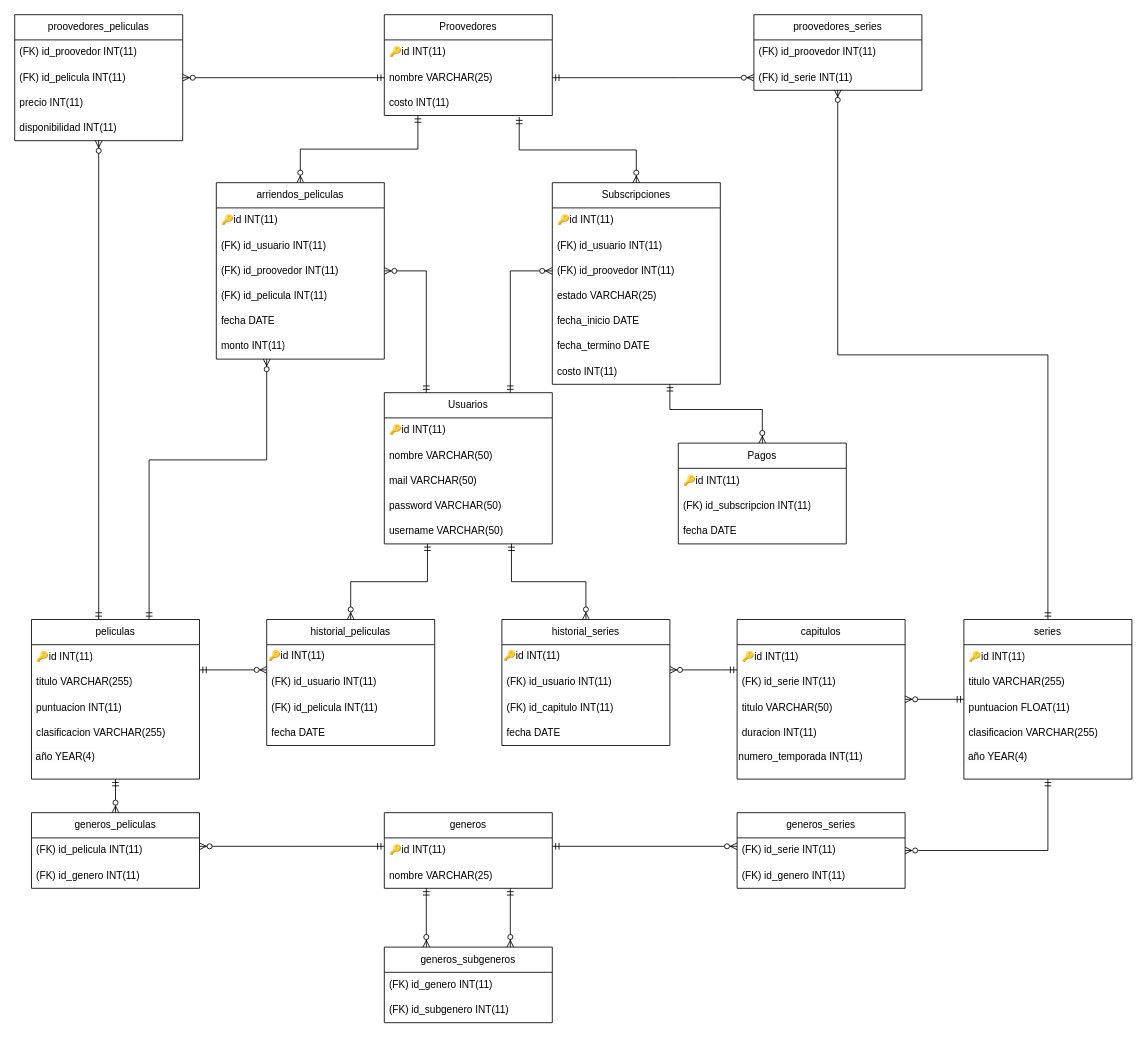
The draw.io diagram Esquemas/modifcables/EsquemaRelacionalFinal.drawio in benjahuenchunir/Entrega-2-BDD, before the edit. Source tidied: cells renumbered, new cells numbered last; positions are measured from the earlier drawing's top-left corner, leaving out a move shared by most shapes. Both pictures are drawn from the tidied source at 84%, with x=0, y=0 at pixel (14, 14).
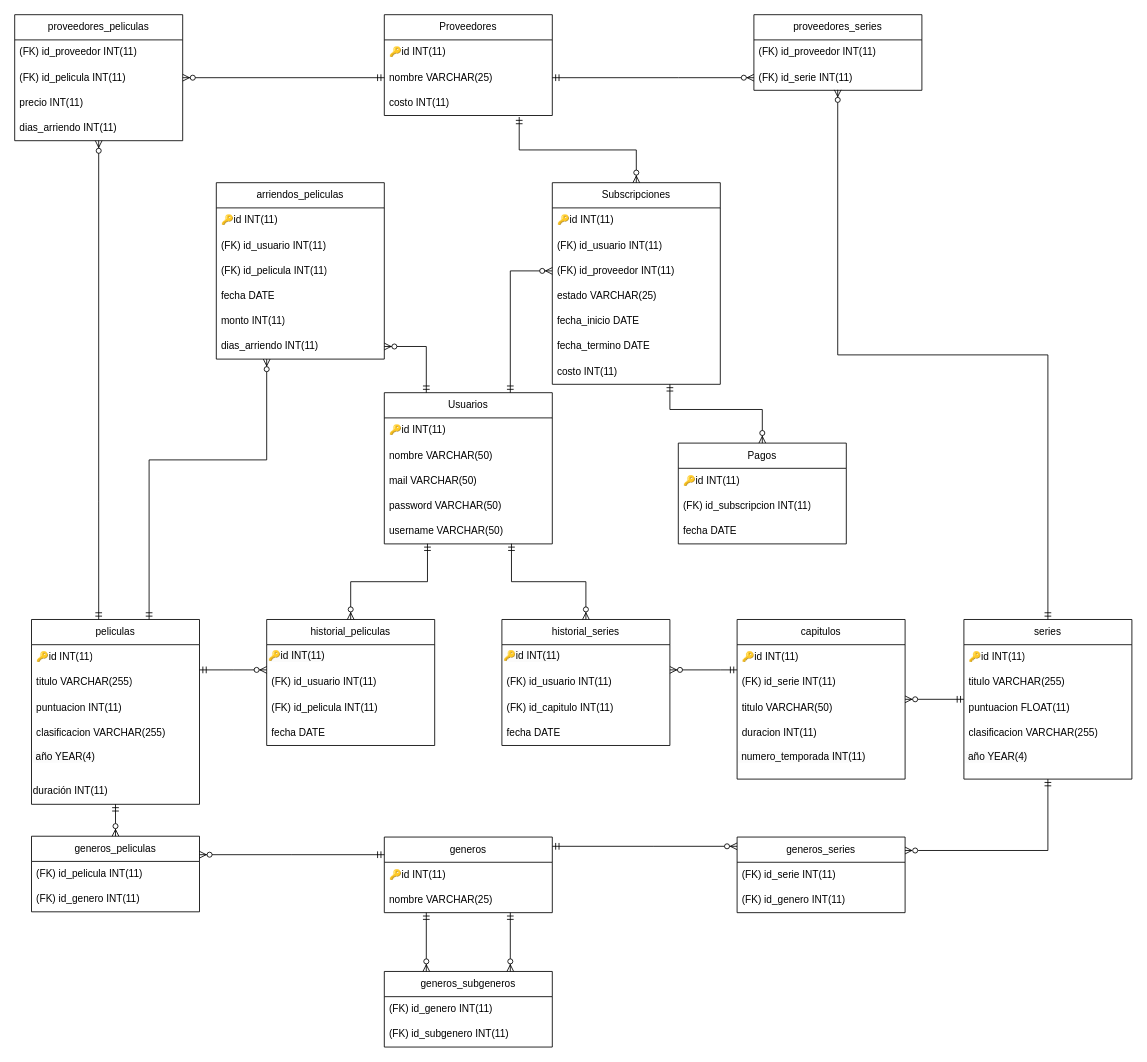
The same diagram, later.

Commit message (it also covers changes not shown here):
Esquemas finales

Unchanged cells that the change refers to:
```xml
<mxCell id="9" value="arriendos_peliculas" style="swimlane;fontStyle=0;horizontal=1;startSize=30;whiteSpace=wrap;html=1;" parent="1" vertex="1">
  <mxGeometry x="240" y="200" width="200" height="210" as="geometry" />
</mxCell>
<mxCell id="16" value="Subscripciones" style="swimlane;fontStyle=0;horizontal=1;startSize=30;whiteSpace=wrap;html=1;" parent="1" vertex="1">
  <mxGeometry x="640" y="200" width="200" height="240" as="geometry" />
</mxCell>
<mxCell id="80" value="series" style="swimlane;fontStyle=0;horizontal=1;startSize=30;whiteSpace=wrap;html=1;" parent="1" vertex="1">
  <mxGeometry x="1130" y="720" width="200" height="190" as="geometry" />
</mxCell>
<mxCell id="87" value="capitulos" style="swimlane;fontStyle=0;horizontal=1;startSize=30;whiteSpace=wrap;html=1;" parent="1" vertex="1">
  <mxGeometry x="860" y="720" width="200" height="190" as="geometry" />
</mxCell>
<mxCell id="95" value="(FK)&amp;nbsp;id_serie INT(11)" style="text;strokeColor=none;fillColor=none;align=left;verticalAlign=middle;spacingLeft=4;spacingRight=4;overflow=hidden;points=[[0,0.5],[1,0.5]];portConstraint=eastwest;whiteSpace=wrap;html=1;" parent="94" vertex="1">
  <mxGeometry y="30" width="200" height="30" as="geometry" />
</mxCell>
```

Diff of the diagram source:
```diff
@@
-    <mxCell id="2" style="edgeStyle=orthogonalEdgeStyle;fontSize=12;html=1;endArrow=ERzeroToMany;startArrow=ERmandOne;rounded=0;entryX=0.5;entryY=0;entryDx=0;entryDy=0;" parent="1" edge="1" source="28" target="9">
-      <mxGeometry relative="1" as="geometry">
-        <Array as="points">
-          <mxPoint x="480" y="160" />
-          <mxPoint x="340" y="160" />
-        </Array>
-      </mxGeometry>
-    </mxCell>
@@
-    <mxCell id="12" value="(FK)&amp;nbsp;id_proovedor INT(11)" style="text;strokeColor=none;fillColor=none;align=left;verticalAlign=middle;spacingLeft=4;spacingRight=4;overflow=hidden;points=[[0,0.5],[1,0.5]];portConstraint=eastwest;whiteSpace=wrap;html=1;" parent="9" vertex="1">
-      <mxGeometry y="90" width="200" height="30" as="geometry" />
-    </mxCell>
     <mxCell id="13" value="(FK)&amp;nbsp;id_pelicula INT(11)" style="text;strokeColor=none;fillColor=none;align=left;verticalAlign=middle;spacingLeft=4;spacingRight=4;overflow=hidden;whiteSpace=wrap;html=1;" parent="9" vertex="1">
-      <mxGeometry y="120" width="200" height="30" as="geometry" />
+      <mxGeometry y="90" width="200" height="30" as="geometry" />
     </mxCell>
     <mxCell id="14" value="fecha DATE" style="text;strokeColor=none;fillColor=none;align=left;verticalAlign=middle;spacingLeft=4;spacingRight=4;overflow=hidden;whiteSpace=wrap;html=1;" parent="9" vertex="1">
-      <mxGeometry y="150" width="200" height="30" as="geometry" />
+      <mxGeometry y="120" width="200" height="30" as="geometry" />
     </mxCell>
     <mxCell id="15" value="monto INT(11)" style="text;strokeColor=none;fillColor=none;align=left;verticalAlign=middle;spacingLeft=4;spacingRight=4;overflow=hidden;whiteSpace=wrap;html=1;" parent="9" vertex="1">
-      <mxGeometry y="180" width="200" height="30" as="geometry" />
+      <mxGeometry y="150" width="200" height="30" as="geometry" />
     </mxCell>
+    <mxCell id="12" value="dias_arriendo INT(11)" style="text;strokeColor=none;fillColor=none;align=left;verticalAlign=middle;spacingLeft=4;spacingRight=4;overflow=hidden;points=[[0,0.5],[1,0.5]];portConstraint=eastwest;whiteSpace=wrap;html=1;" parent="9" vertex="1">
+      <mxGeometry y="180" width="200" height="30" as="geometry" />
+    </mxCell>
@@
-    <mxCell id="19" value="(FK)&amp;nbsp;id_proovedor INT(11)" style="text;strokeColor=none;fillColor=none;align=left;verticalAlign=middle;spacingLeft=4;spacingRight=4;overflow=hidden;points=[[0,0.5],[1,0.5]];portConstraint=eastwest;whiteSpace=wrap;html=1;" parent="16" vertex="1">
+    <mxCell id="19" value="(FK)&amp;nbsp;id_proveedor INT(11)" style="text;strokeColor=none;fillColor=none;align=left;verticalAlign=middle;spacingLeft=4;spacingRight=4;overflow=hidden;points=[[0,0.5],[1,0.5]];portConstraint=eastwest;whiteSpace=wrap;html=1;" parent="16" vertex="1">
       <mxGeometry y="90" width="200" height="30" as="geometry" />
     </mxCell>
@@
-    <mxCell id="28" value="Proovedores" style="swimlane;fontStyle=0;horizontal=1;startSize=30;whiteSpace=wrap;html=1;" parent="1" vertex="1">
+    <mxCell id="28" value="Proveedores" style="swimlane;fontStyle=0;horizontal=1;startSize=30;whiteSpace=wrap;html=1;" parent="1" vertex="1">
       <mxGeometry x="440" width="200" height="120" as="geometry" />
     </mxCell>
@@
-    <mxCell id="49" value="proovedores_peliculas" style="swimlane;fontStyle=0;horizontal=1;startSize=30;whiteSpace=wrap;html=1;" parent="1" vertex="1">
+    <mxCell id="49" value="proveedores_peliculas" style="swimlane;fontStyle=0;horizontal=1;startSize=30;whiteSpace=wrap;html=1;" parent="1" vertex="1">
       <mxGeometry width="200" height="150" as="geometry" />
     </mxCell>
-    <mxCell id="50" value="(FK) id_proovedor INT(11)" style="text;strokeColor=none;fillColor=none;align=left;verticalAlign=middle;spacingLeft=4;spacingRight=4;overflow=hidden;whiteSpace=wrap;html=1;" parent="49" vertex="1">
+    <mxCell id="50" value="(FK) id_proveedor INT(11)" style="text;strokeColor=none;fillColor=none;align=left;verticalAlign=middle;spacingLeft=4;spacingRight=4;overflow=hidden;whiteSpace=wrap;html=1;" parent="49" vertex="1">
       <mxGeometry y="30" width="200" height="30" as="geometry" />
     </mxCell>
@@
-    <mxCell id="53" value="disponibilidad INT(11)" style="text;strokeColor=none;fillColor=none;align=left;verticalAlign=middle;spacingLeft=4;spacingRight=4;overflow=hidden;whiteSpace=wrap;html=1;" parent="49" vertex="1">
+    <mxCell id="53" value="dias_arriendo INT(11)" style="text;strokeColor=none;fillColor=none;align=left;verticalAlign=middle;spacingLeft=4;spacingRight=4;overflow=hidden;whiteSpace=wrap;html=1;" parent="49" vertex="1">
       <mxGeometry y="120" width="200" height="30" as="geometry" />
     </mxCell>
     <mxCell id="54" value="peliculas" style="swimlane;fontStyle=0;horizontal=1;startSize=30;whiteSpace=wrap;html=1;" parent="1" vertex="1">
-      <mxGeometry x="20" y="720" width="200" height="190" as="geometry" />
+      <mxGeometry x="20" y="720" width="200" height="220" as="geometry" />
     </mxCell>
@@
+    <mxCell id="100" value="&lt;span style=&quot;color: rgb(0, 0, 0); font-family: Helvetica; font-size: 12px; font-style: normal; font-variant-ligatures: normal; font-variant-caps: normal; font-weight: 400; letter-spacing: normal; orphans: 2; text-align: left; text-indent: 0px; text-transform: none; widows: 2; word-spacing: 0px; -webkit-text-stroke-width: 0px; background-color: rgb(251, 251, 251); text-decoration-thickness: initial; text-decoration-style: initial; text-decoration-color: initial; float: none; display: inline !important;&quot;&gt;&amp;nbsp;año YEAR(4)&lt;/span&gt;" style="text;whiteSpace=wrap;html=1;" parent="54" vertex="1">
+      <mxGeometry y="150" width="200" height="40" as="geometry" />
+    </mxCell>
-    <mxCell id="59" value="&lt;span style=&quot;color: rgb(0, 0, 0); font-family: Helvetica; font-size: 12px; font-style: normal; font-variant-ligatures: normal; font-variant-caps: normal; font-weight: 400; letter-spacing: normal; orphans: 2; text-align: left; text-indent: 0px; text-transform: none; widows: 2; word-spacing: 0px; -webkit-text-stroke-width: 0px; background-color: rgb(251, 251, 251); text-decoration-thickness: initial; text-decoration-style: initial; text-decoration-color: initial; float: none; display: inline !important;&quot;&gt;&amp;nbsp;año YEAR(4)&lt;/span&gt;" style="text;whiteSpace=wrap;html=1;" parent="54" vertex="1">
-      <mxGeometry y="150" width="200" height="40" as="geometry" />
+    <mxCell id="59" value="duración INT(11)" style="text;whiteSpace=wrap;html=1;" parent="54" vertex="1">
+      <mxGeometry y="190" width="200" height="30" as="geometry" />
     </mxCell>
@@
     <mxCell id="63" value="generos_peliculas" style="swimlane;fontStyle=0;horizontal=1;startSize=30;whiteSpace=wrap;html=1;" parent="1" vertex="1">
-      <mxGeometry x="20" y="950" width="200" height="90" as="geometry" />
+      <mxGeometry x="20" y="978" width="200" height="90" as="geometry" />
     </mxCell>
@@
     <mxCell id="67" value="generos" style="swimlane;fontStyle=0;horizontal=1;startSize=30;whiteSpace=wrap;html=1;" parent="1" vertex="1">
-      <mxGeometry x="440" y="950" width="200" height="90" as="geometry" />
+      <mxGeometry x="440" y="979" width="200" height="90" as="geometry" />
     </mxCell>
@@
     <mxCell id="70" style="edgeStyle=orthogonalEdgeStyle;fontSize=12;html=1;endArrow=ERzeroToMany;startArrow=ERmandOne;rounded=0;" parent="1" edge="1" source="67" target="63">
       <mxGeometry relative="1" as="geometry">
         <Array as="points">
-          <mxPoint x="330" y="990" />
-          <mxPoint x="330" y="990" />
+          <mxPoint x="330" y="1000" />
+          <mxPoint x="330" y="1000" />
         </Array>
       </mxGeometry>
     </mxCell>
     <mxCell id="71" value="generos_subgeneros" style="swimlane;fontStyle=0;horizontal=1;startSize=30;whiteSpace=wrap;html=1;" parent="1" vertex="1">
-      <mxGeometry x="440" y="1110" width="200" height="90" as="geometry" />
+      <mxGeometry x="440" y="1139" width="200" height="90" as="geometry" />
     </mxCell>
@@
     <mxCell id="74" style="fontSize=12;html=1;endArrow=ERzeroToMany;startArrow=ERmandOne;rounded=0;entryX=0.25;entryY=0;entryDx=0;entryDy=0;edgeStyle=orthogonalEdgeStyle;" parent="1" edge="1" source="67" target="71">
       <mxGeometry relative="1" as="geometry">
         <Array as="points">
-          <mxPoint x="490" y="1050" />
-          <mxPoint x="490" y="1050" />
+          <mxPoint x="490" y="1079" />
+          <mxPoint x="490" y="1079" />
         </Array>
       </mxGeometry>
     </mxCell>
     <mxCell id="75" style="fontSize=12;html=1;endArrow=ERzeroToMany;startArrow=ERmandOne;rounded=0;entryX=0.75;entryY=0;entryDx=0;entryDy=0;edgeStyle=orthogonalEdgeStyle;" parent="1" edge="1" source="67" target="71">
       <mxGeometry relative="1" as="geometry">
         <Array as="points">
-          <mxPoint x="590" y="1050" />
-          <mxPoint x="590" y="1050" />
+          <mxPoint x="590" y="1079" />
+          <mxPoint x="590" y="1079" />
         </Array>
       </mxGeometry>
     </mxCell>
-    <mxCell id="76" value="proovedores_series&lt;br&gt;" style="swimlane;fontStyle=0;horizontal=1;startSize=30;whiteSpace=wrap;html=1;" parent="1" vertex="1">
+    <mxCell id="76" value="proveedores_series" style="swimlane;fontStyle=0;horizontal=1;startSize=30;whiteSpace=wrap;html=1;" parent="1" vertex="1">
       <mxGeometry x="880" width="200" height="90" as="geometry" />
     </mxCell>
-    <mxCell id="77" value="(FK)&amp;nbsp;id_proovedor INT(11)" style="text;strokeColor=none;fillColor=none;align=left;verticalAlign=middle;spacingLeft=4;spacingRight=4;overflow=hidden;whiteSpace=wrap;html=1;" parent="76" vertex="1">
+    <mxCell id="77" value="(FK)&amp;nbsp;id_proveedor INT(11)" style="text;strokeColor=none;fillColor=none;align=left;verticalAlign=middle;spacingLeft=4;spacingRight=4;overflow=hidden;whiteSpace=wrap;html=1;" parent="76" vertex="1">
       <mxGeometry y="30" width="200" height="30" as="geometry" />
     </mxCell>
@@
-    <mxCell id="92" value="&lt;span style=&quot;color: rgb(0, 0, 0); font-family: Helvetica; font-size: 12px; font-style: normal; font-variant-ligatures: normal; font-variant-caps: normal; font-weight: 400; letter-spacing: normal; orphans: 2; text-align: left; text-indent: 0px; text-transform: none; widows: 2; word-spacing: 0px; -webkit-text-stroke-width: 0px; background-color: rgb(251, 251, 251); text-decoration-thickness: initial; text-decoration-style: initial; text-decoration-color: initial; float: none; display: inline !important;&quot;&gt;numero_temporada INT(11)&lt;/span&gt;" style="text;whiteSpace=wrap;html=1;" parent="87" vertex="1">
+    <mxCell id="92" value="&lt;span style=&quot;color: rgb(0, 0, 0); font-family: Helvetica; font-size: 12px; font-style: normal; font-variant-ligatures: normal; font-variant-caps: normal; font-weight: 400; letter-spacing: normal; orphans: 2; text-align: left; text-indent: 0px; text-transform: none; widows: 2; word-spacing: 0px; -webkit-text-stroke-width: 0px; background-color: rgb(251, 251, 251); text-decoration-thickness: initial; text-decoration-style: initial; text-decoration-color: initial; float: none; display: inline !important;&quot;&gt;&amp;nbsp;numero_temporada INT(11)&lt;/span&gt;" style="text;whiteSpace=wrap;html=1;" parent="87" vertex="1">
       <mxGeometry y="150" width="200" height="40" as="geometry" />
     </mxCell>
@@
     <mxCell id="94" value="generos_series" style="swimlane;fontStyle=0;horizontal=1;startSize=30;whiteSpace=wrap;html=1;" parent="1" vertex="1">
-      <mxGeometry x="860" y="950" width="200" height="90" as="geometry" />
+      <mxGeometry x="860" y="979" width="200" height="90" as="geometry" />
     </mxCell>
@@
     <mxCell id="97" style="fontSize=12;html=1;endArrow=ERzeroToMany;startArrow=ERmandOne;rounded=0;exitX=1;exitY=0.5;exitDx=0;exitDy=0;entryX=0;entryY=0.5;entryDx=0;entryDy=0;edgeStyle=orthogonalEdgeStyle;" parent="1" edge="1">
       <mxGeometry relative="1" as="geometry">
         <mxPoint x="640" y="990" as="sourcePoint" />
         <mxPoint x="860" y="990" as="targetPoint" />
+        <Array as="points">
+          <mxPoint x="760" y="990" />
+          <mxPoint x="760" y="990" />
+        </Array>
       </mxGeometry>
     </mxCell>
-    <mxCell id="98" style="fontSize=12;html=1;endArrow=ERmandOne;startArrow=ERzeroToMany;rounded=0;exitX=1;exitY=0.5;exitDx=0;exitDy=0;startFill=0;endFill=0;edgeStyle=orthogonalEdgeStyle;" parent="1" edge="1" source="95" target="80">
+    <mxCell id="98" style="fontSize=12;html=1;endArrow=ERmandOne;startArrow=ERzeroToMany;rounded=0;startFill=0;endFill=0;edgeStyle=orthogonalEdgeStyle;" parent="1" edge="1" target="80">
       <mxGeometry relative="1" as="geometry">
+        <mxPoint x="1060" y="995" as="sourcePoint" />
         <Array as="points">
           <mxPoint x="1230" y="995" />
         </Array>
       </mxGeometry>
     </mxCell>
```
